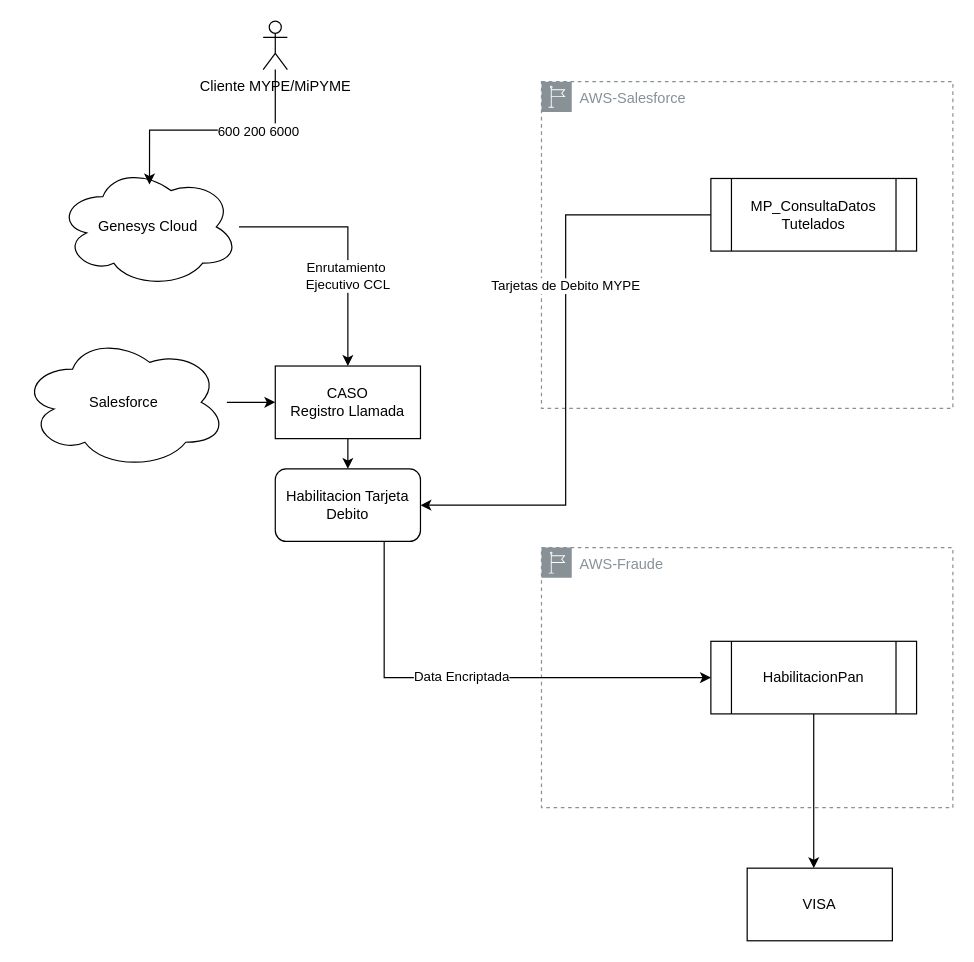
The draw.io diagram habilitacion mYPE.drawio in nonate/personalProject, before the edit. Source tidied: cells renumbered, new cells numbered last; positions are measured from the earlier drawing's top-left corner, leaving out a move shared by most shapes. Both pictures are drawn from the tidied source at 121%, with x=0, y=0 at pixel (21, 21).
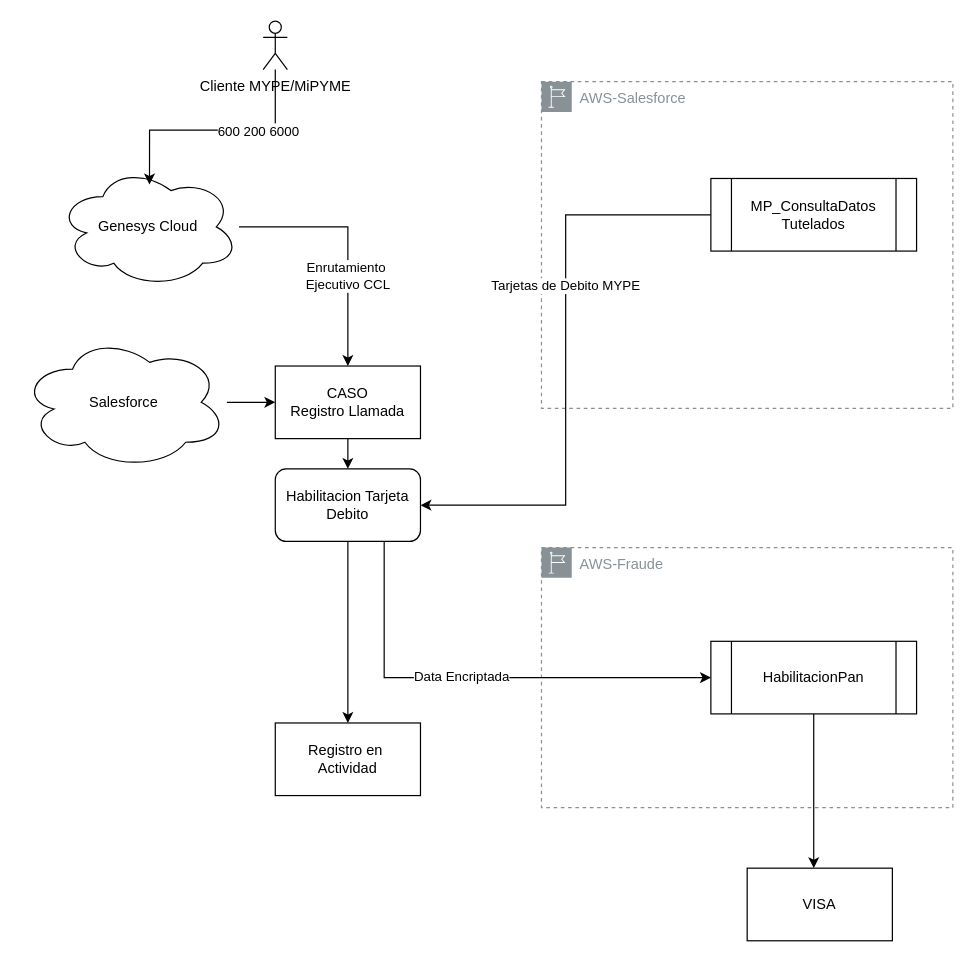
The same page after the edit.

Unchanged cells that the change refers to:
```xml
<mxCell id="16" value="Habilitacion Tarjeta Debito" style="rounded=1;whiteSpace=wrap;html=1;" parent="1" vertex="1">
  <mxGeometry x="210" y="370" width="120" height="60" as="geometry" />
</mxCell>
```

The edit, as a diff of the source:
```diff
@@
+    <mxCell id="23" style="edgeStyle=orthogonalEdgeStyle;rounded=0;jettySize=auto;html=1;" parent="1" edge="1" source="16" target="24">
+      <mxGeometry relative="1" as="geometry" />
+    </mxCell>
+    <mxCell id="24" value="Registro en&amp;nbsp;&lt;div&gt;Actividad&lt;/div&gt;" style="rounded=0;whiteSpace=wrap;html=1;" parent="1" vertex="1">
+      <mxGeometry x="210" y="580" width="120" height="60" as="geometry" />
+    </mxCell>
```
